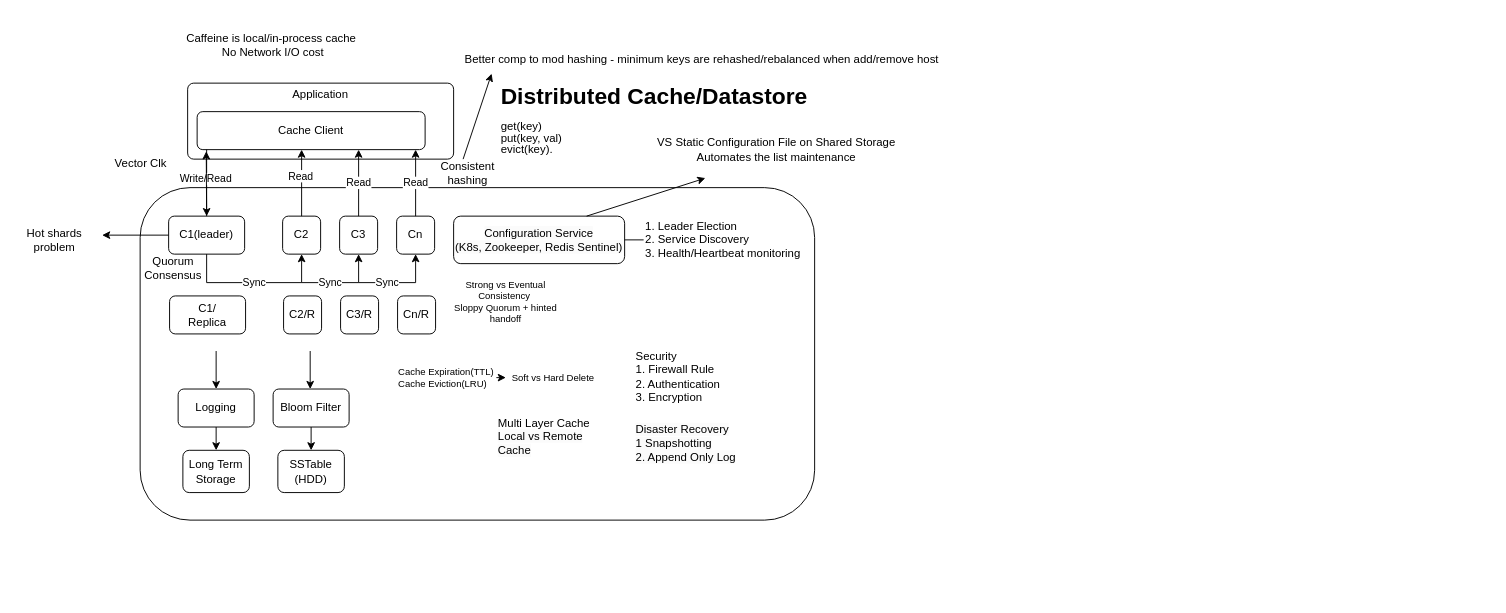
This is 3_Cache.drawio from xwq172677170/SysdDiagram, a draw.io file, before an edit. Source tidied: cells renumbered, new cells numbered last; positions are measured from the earlier drawing's top-left corner, leaving out a move shared by most shapes. Both pictures are drawn from the tidied source at 95%, with x=0, y=0 at pixel (16, 16).
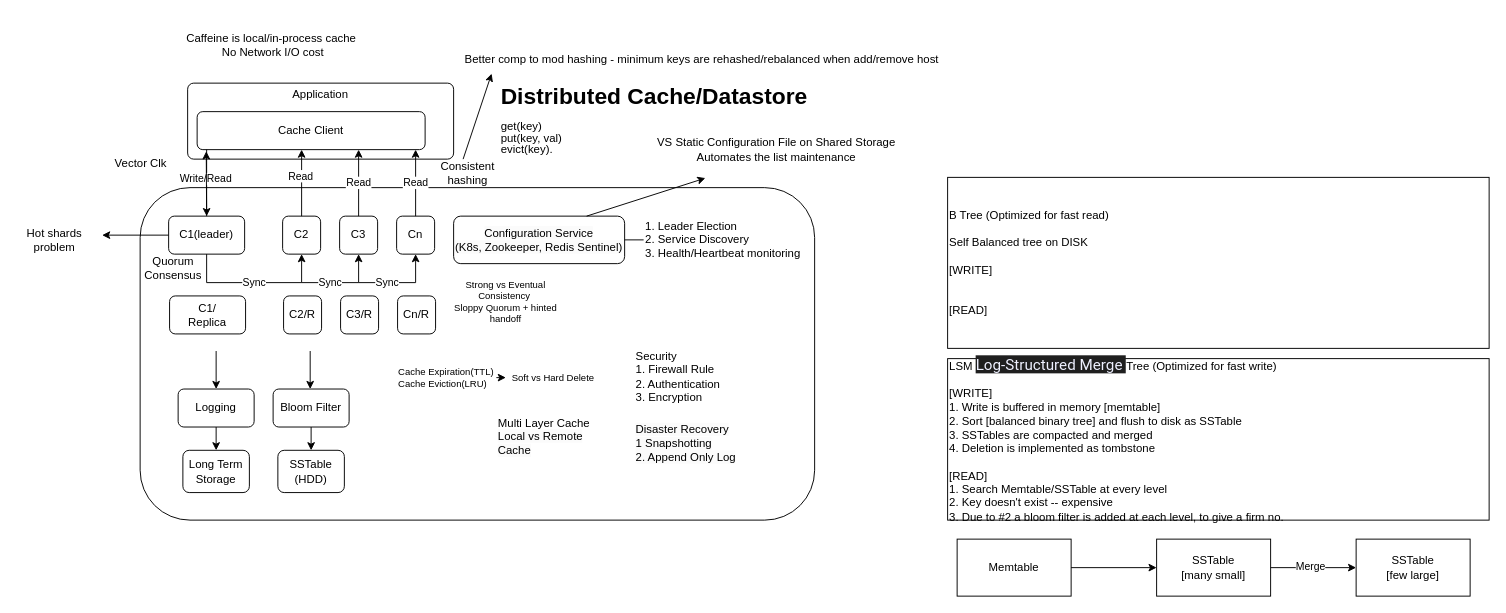
The same page after the edit.

What changed in the source:
```diff
@@
+    <mxCell id="51" value="LSM&amp;nbsp;&lt;span style=&quot;color: rgb(238, 240, 255); font-family: &amp;quot;Google Sans&amp;quot;, Roboto, Arial, sans-serif; font-size: 16px; background-color: rgb(31, 31, 31);&quot;&gt;Log-Structured Merge&amp;nbsp;&lt;/span&gt;Tree (Optimized for fast write)&lt;div&gt;&lt;br&gt;&lt;div&gt;[WRITE]&lt;br&gt;&lt;div&gt;1. Write is buffered in memory [memtable]&lt;/div&gt;&lt;div&gt;2. Sort [balanced binary tree] and flush to disk as SSTable&lt;/div&gt;&lt;div&gt;3. SSTables are compacted and merged&lt;/div&gt;&lt;/div&gt;&lt;div&gt;4. Deletion is implemented as tombstone&lt;/div&gt;&lt;div&gt;&lt;br&gt;&lt;/div&gt;&lt;div&gt;[READ]&lt;/div&gt;&lt;div&gt;1. Search Memtable/SSTable at every level&lt;/div&gt;&lt;/div&gt;&lt;div&gt;2. Key doesn't exist -- expensive&lt;/div&gt;&lt;div&gt;3. Due to #2 a bloom filter is added at each level, to give a firm no.&lt;/div&gt;" style="rounded=0;whiteSpace=wrap;html=1;align=left;" parent="1" vertex="1">
+      <mxGeometry x="980" y="360" width="570" height="170" as="geometry" />
+    </mxCell>
+    <mxCell id="52" value="Memtable" style="rounded=0;whiteSpace=wrap;html=1;" parent="1" vertex="1">
+      <mxGeometry x="990" y="550" width="120" height="60" as="geometry" />
+    </mxCell>
+    <mxCell id="53" value="SSTable&lt;div&gt;[many small]&lt;/div&gt;" style="rounded=0;whiteSpace=wrap;html=1;" parent="1" vertex="1">
+      <mxGeometry x="1200" y="550" width="120" height="60" as="geometry" />
+    </mxCell>
+    <mxCell id="54" style="endArrow=classic;html=1;rounded=0;exitX=1;exitY=0.5;exitDx=0;exitDy=0;entryX=0;entryY=0.5;entryDx=0;entryDy=0;" parent="1" edge="1" source="52" target="53">
+      <mxGeometry relative="1" as="geometry" />
+    </mxCell>
+    <mxCell id="55" value="SSTable&lt;div&gt;[few large]&lt;/div&gt;" style="rounded=0;whiteSpace=wrap;html=1;" parent="1" vertex="1">
+      <mxGeometry x="1410" y="550" width="120" height="60" as="geometry" />
+    </mxCell>
+    <mxCell id="56" style="endArrow=classic;html=1;rounded=0;exitX=1;exitY=0.5;exitDx=0;exitDy=0;entryX=0;entryY=0.5;entryDx=0;entryDy=0;" parent="1" edge="1" source="53" target="55">
+      <mxGeometry relative="1" as="geometry" />
+    </mxCell>
+    <mxCell id="57" value="Merge" style="edgeLabel;html=1;align=center;verticalAlign=middle;" parent="56" vertex="1">
+      <mxGeometry x="-0.08" y="2" relative="1" as="geometry" />
+    </mxCell>
+    <mxCell id="58" value="B Tree (Optimized for fast read)&lt;div&gt;&lt;br&gt;&lt;/div&gt;&lt;div&gt;Self Balanced tree on DISK&lt;/div&gt;&lt;div&gt;&lt;br&gt;&lt;div&gt;[WRITE]&lt;br&gt;&lt;div&gt;&lt;br&gt;&lt;/div&gt;&lt;/div&gt;&lt;div&gt;&lt;br&gt;&lt;/div&gt;&lt;div&gt;[READ]&lt;/div&gt;&lt;/div&gt;" style="rounded=0;whiteSpace=wrap;html=1;align=left;" parent="1" vertex="1">
+      <mxGeometry x="980" y="169.2" width="570" height="180" as="geometry" />
+    </mxCell>
```
